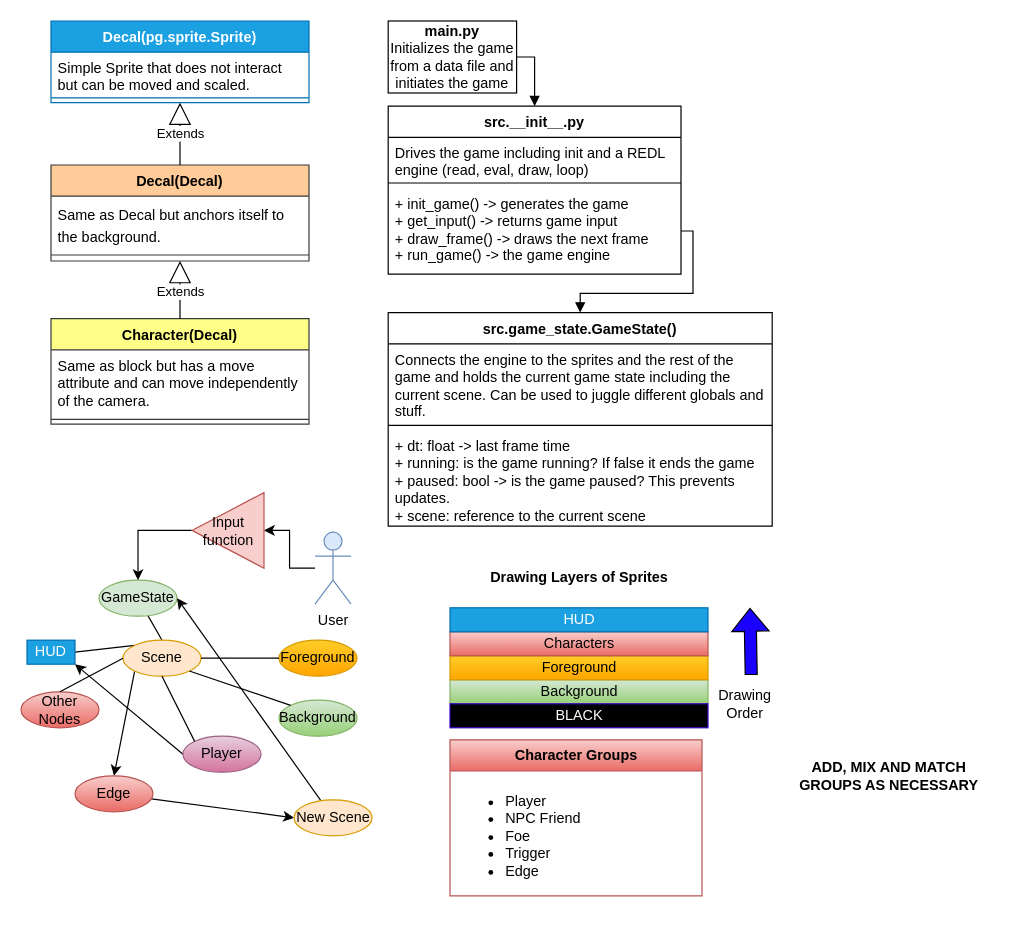
This is docs/state_map.drawio from flythereddflagg/RCA, a draw.io file, before an edit. Source tidied: cells renumbered, new cells numbered last; positions are measured from the earlier drawing's top-left corner, leaving out a move shared by most shapes. Both pictures are drawn from the tidied source at 120%, with x=0, y=0 at pixel (20, 20).
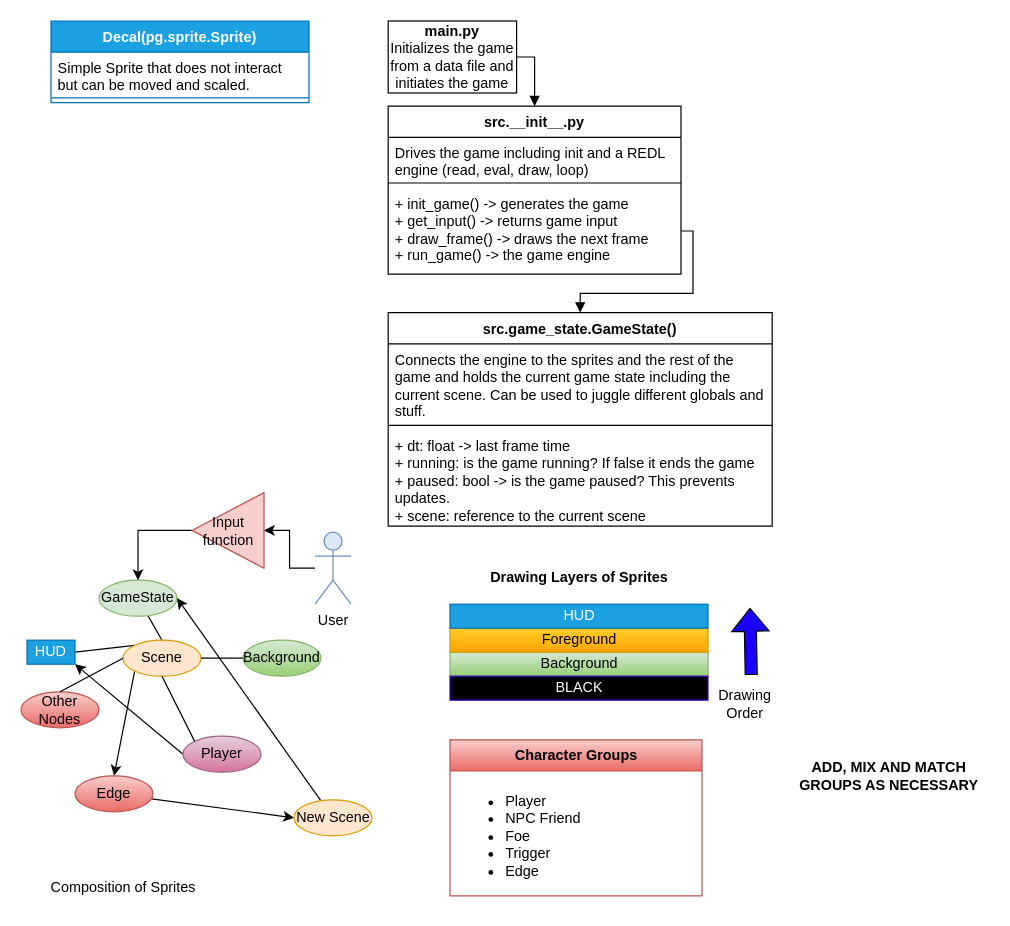
After the change.

Unchanged cells that the change refers to:
```xml
<mxCell id="15" value="Decal(pg.sprite.Sprite)" style="swimlane;fontStyle=1;align=center;verticalAlign=top;horizontal=1;startSize=26;whiteSpace=wrap;html=1;fillColor=#1ba1e2;fontColor=#ffffff;strokeColor=#006EAF;" parent="1" vertex="1">
  <mxGeometry x="25" width="215" height="68" as="geometry" />
</mxCell>
<mxCell id="30" value="Scene" style="ellipse;whiteSpace=wrap;html=1;fillColor=#ffe6cc;strokeColor=#d79b00;" parent="1" vertex="1">
  <mxGeometry x="85" y="516" width="65" height="30" as="geometry" />
</mxCell>
```

Change to the diagram source:
```diff
@@
-    <mxCell id="7" value="Decal(Decal)" style="swimlane;fontStyle=1;align=center;verticalAlign=top;horizontal=1;startSize=26;whiteSpace=wrap;html=1;fillColor=#ffcc99;strokeColor=#36393d;" parent="1" vertex="1">
-      <mxGeometry x="25" y="120" width="215" height="80" as="geometry" />
-    </mxCell>
-    <mxCell id="8" value="&lt;div style=&quot;line-height: 19px;&quot;&gt;&lt;span style=&quot;background-color: rgb(255, 255, 255);&quot;&gt;&lt;font style=&quot;font-size: 12px;&quot;&gt;Same as Decal but anchors itself to the background.&lt;/font&gt;&lt;/span&gt;&lt;/div&gt;" style="text;strokeColor=none;fillColor=none;align=left;verticalAlign=top;spacingLeft=4;spacingRight=4;overflow=hidden;whiteSpace=wrap;html=1;" parent="7" vertex="1">
-      <mxGeometry y="26" width="215" height="44" as="geometry" />
-    </mxCell>
-    <mxCell id="9" style="line;strokeWidth=1;fillColor=none;align=left;verticalAlign=middle;spacingTop=-1;spacingLeft=3;spacingRight=3;labelPosition=right;strokeColor=inherit;" parent="7" vertex="1">
-      <mxGeometry y="70" width="215" height="10" as="geometry" />
-    </mxCell>
-    <mxCell id="10" value="Extends" style="endArrow=block;endSize=16;endFill=0;html=1;rounded=0;exitX=0.5;exitY=0;exitDx=0;exitDy=0;entryX=0.5;entryY=1;entryDx=0;entryDy=0;" parent="1" edge="1" source="7" target="15">
-      <mxGeometry relative="1" as="geometry" />
-    </mxCell>
-    <mxCell id="11" value="Character(Decal)" style="swimlane;fontStyle=1;align=center;verticalAlign=top;horizontal=1;startSize=26;whiteSpace=wrap;html=1;fillColor=#ffff88;strokeColor=#36393d;" parent="1" vertex="1">
-      <mxGeometry x="25" y="248" width="215" height="88" as="geometry" />
-    </mxCell>
-    <mxCell id="12" value="Same as block but has a move attribute and can move independently of the camera." style="text;strokeColor=none;fillColor=none;align=left;verticalAlign=top;spacingLeft=4;spacingRight=4;overflow=hidden;whiteSpace=wrap;html=1;" parent="11" vertex="1">
-      <mxGeometry y="26" width="215" height="54" as="geometry" />
-    </mxCell>
-    <mxCell id="13" style="line;strokeWidth=1;fillColor=none;align=left;verticalAlign=middle;spacingTop=-1;spacingLeft=3;spacingRight=3;labelPosition=right;strokeColor=inherit;" parent="11" vertex="1">
-      <mxGeometry y="80" width="215" height="8" as="geometry" />
-    </mxCell>
-    <mxCell id="14" value="Extends" style="endArrow=block;endSize=16;endFill=0;html=1;rounded=0;exitX=0.5;exitY=0;exitDx=0;exitDy=0;entryX=0.5;entryY=1;entryDx=0;entryDy=0;" parent="1" edge="1" source="11" target="7">
-      <mxGeometry x="-0.07" relative="1" as="geometry" />
-    </mxCell>
@@
     <mxCell id="31" value="Background" style="html=1;whiteSpace=wrap;fillColor=#d5e8d4;gradientColor=#97d077;strokeColor=#82b366;" parent="1" vertex="1">
-      <mxGeometry x="357.5" y="549" width="215" height="20" as="geometry" />
+      <mxGeometry x="357.5" y="526" width="215" height="20" as="geometry" />
     </mxCell>
@@
     <mxCell id="33" value="BLACK" style="html=1;whiteSpace=wrap;fillColor=#000000;strokeColor=#3700CC;fontColor=#ffffff;" parent="1" vertex="1">
-      <mxGeometry x="357.5" y="569" width="215" height="20" as="geometry" />
+      <mxGeometry x="357.5" y="546" width="215" height="20" as="geometry" />
     </mxCell>
     <mxCell id="34" value="Foreground" style="html=1;whiteSpace=wrap;fillColor=#ffcd28;gradientColor=#ffa500;strokeColor=#d79b00;" parent="1" vertex="1">
-      <mxGeometry x="357.5" y="529" width="215" height="20" as="geometry" />
+      <mxGeometry x="357.5" y="506" width="215" height="20" as="geometry" />
     </mxCell>
-    <mxCell id="35" value="Characters" style="html=1;whiteSpace=wrap;fillColor=#f8cecc;gradientColor=#ea6b66;strokeColor=#b85450;" parent="1" vertex="1">
-      <mxGeometry x="357.5" y="509" width="215" height="20" as="geometry" />
-    </mxCell>
     <mxCell id="36" value="HUD" style="html=1;whiteSpace=wrap;fillColor=#1ba1e2;strokeColor=#006EAF;fontColor=#ffffff;" parent="1" vertex="1">
-      <mxGeometry x="357.5" y="489" width="215" height="20" as="geometry" />
+      <mxGeometry x="357.5" y="486" width="215" height="20" as="geometry" />
     </mxCell>
@@
-    <mxCell id="39" value="Foreground" style="ellipse;whiteSpace=wrap;html=1;fillColor=#ffcd28;gradientColor=#ffa500;strokeColor=#d79b00;" parent="1" vertex="1">
-      <mxGeometry x="215" y="516" width="65" height="30" as="geometry" />
-    </mxCell>
     <mxCell id="40" value="Background" style="ellipse;whiteSpace=wrap;html=1;fillColor=#d5e8d4;gradientColor=#97d077;strokeColor=#82b366;" parent="1" vertex="1">
-      <mxGeometry x="215" y="566" width="65" height="30" as="geometry" />
+      <mxGeometry x="185" y="516" width="65" height="30" as="geometry" />
     </mxCell>
-    <mxCell id="41" style="rounded=0;jettySize=auto;html=1;entryX=0;entryY=0.5;entryDx=0;entryDy=0;endArrow=none;endFill=0;exitX=1;exitY=0.5;exitDx=0;exitDy=0;" parent="1" edge="1" source="30" target="39">
-      <mxGeometry relative="1" as="geometry" />
-    </mxCell>
-    <mxCell id="42" style="rounded=0;jettySize=auto;html=1;entryX=0;entryY=0;entryDx=0;entryDy=0;endArrow=none;endFill=0;exitX=1;exitY=1;exitDx=0;exitDy=0;" parent="1" edge="1" source="30" target="40">
+    <mxCell id="42" style="rounded=0;jettySize=auto;html=1;endArrow=none;endFill=0;entryX=0;entryY=0.5;entryDx=0;entryDy=0;exitX=1;exitY=0.5;exitDx=0;exitDy=0;" parent="1" edge="1" source="30" target="40">
       <mxGeometry relative="1" as="geometry" />
     </mxCell>
@@
+    <mxCell id="58" value="Composition of Sprites" style="text;html=1;align=center;verticalAlign=middle;strokeColor=none;fillColor=none;" parent="1" vertex="1">
+      <mxGeometry x="15" y="707" width="140" height="30" as="geometry" />
+    </mxCell>
```
